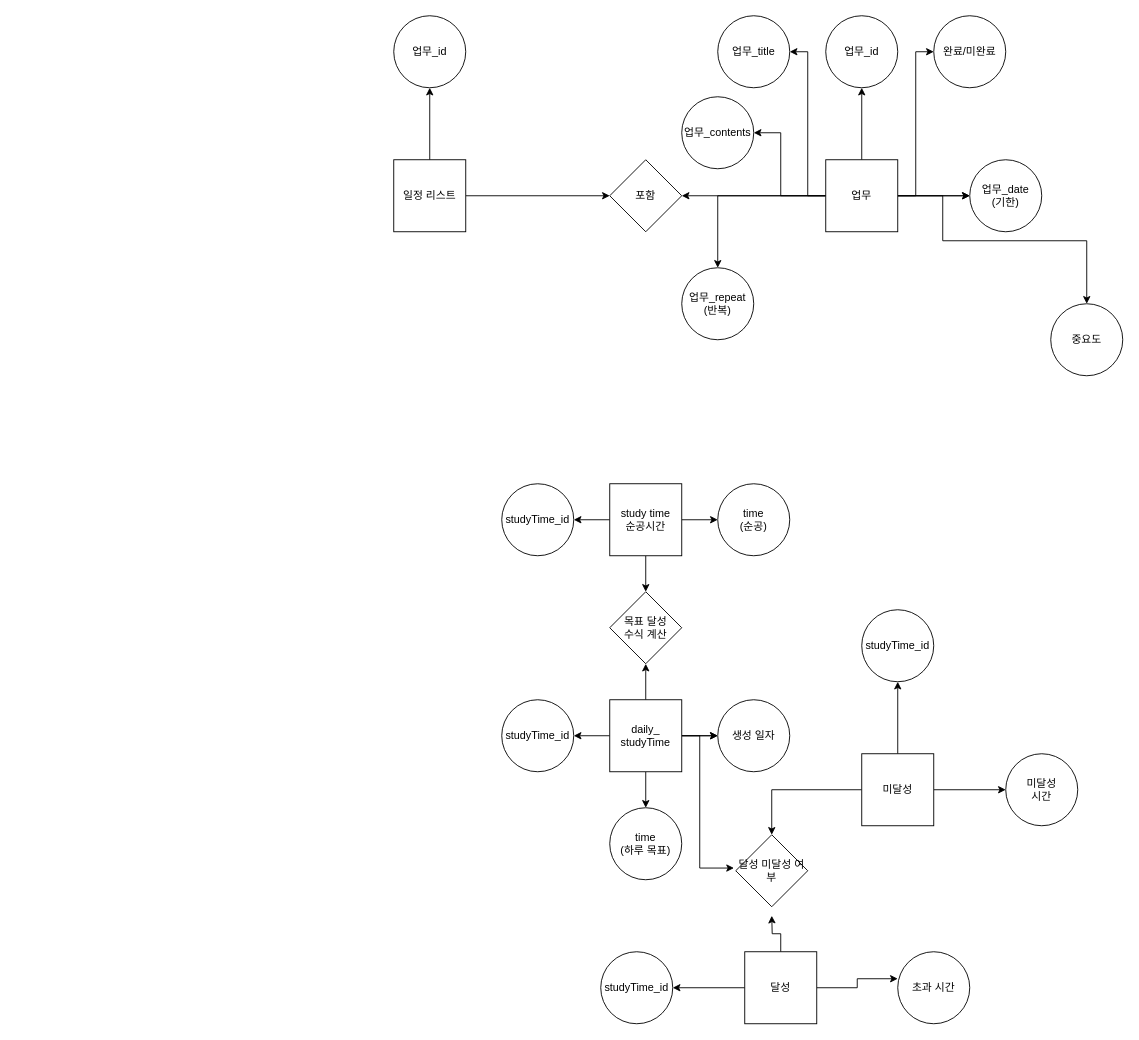
This is teacher/10_minute.drawio from Cheyoung0203/kimbug-training, a draw.io file, before an edit. Source tidied: cells renumbered, new cells numbered last; positions are measured from the earlier drawing's top-left corner, leaving out a move shared by most shapes. Both pictures are drawn from the tidied source at 90%, with x=0, y=0 at pixel (393, 15).
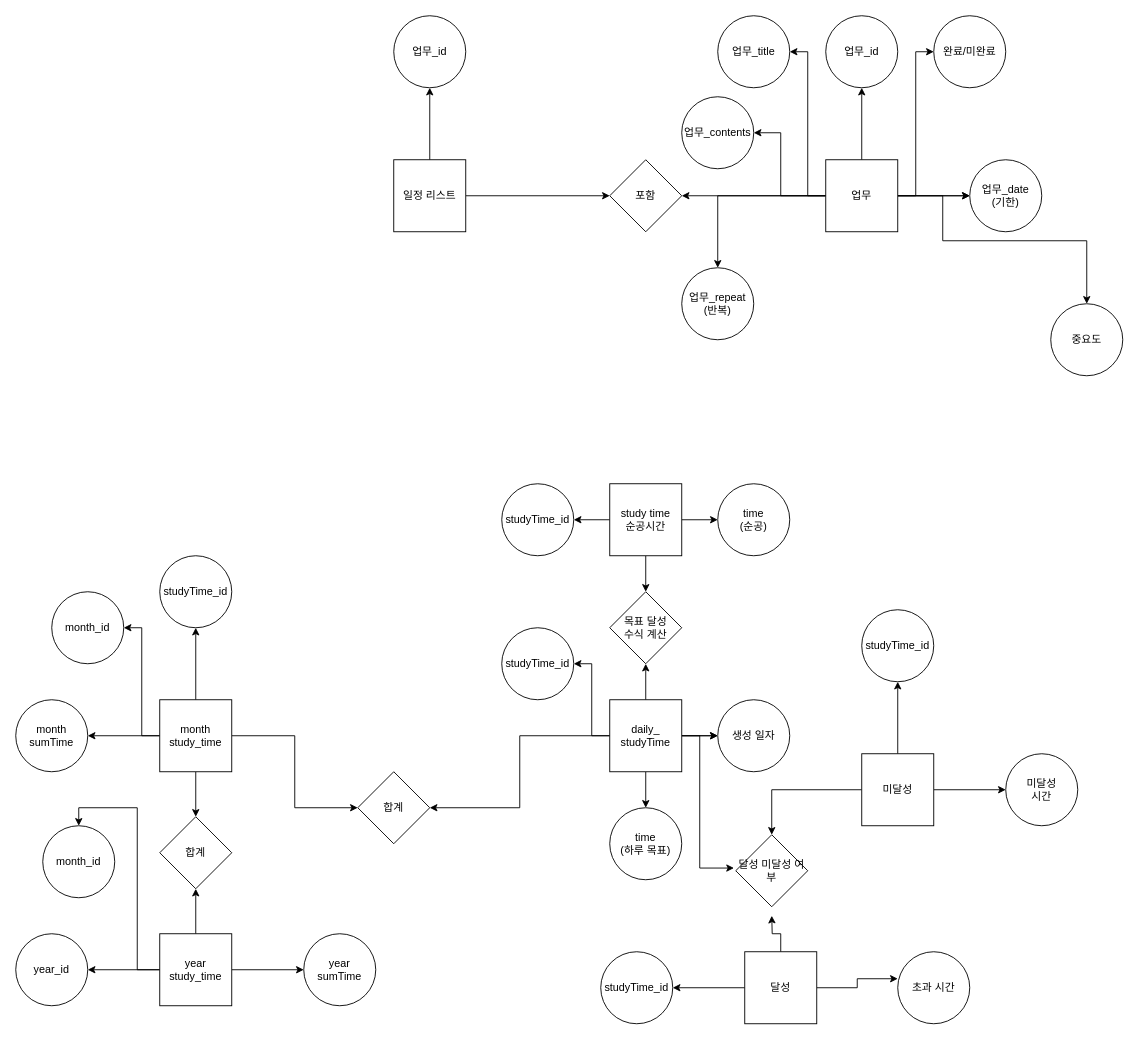
The same diagram, later.

Unchanged cells that the change refers to:
```xml
<mxCell id="35" value="daily_&lt;br&gt;studyTime" style="whiteSpace=wrap;html=1;" parent="1" vertex="1">
  <mxGeometry x="240" y="760" width="80" height="80" as="geometry" />
</mxCell>
```

Diff of the diagram source:
```diff
@@
+    <mxCell id="54" style="edgeStyle=orthogonalEdgeStyle;rounded=0;jettySize=auto;html=1;" parent="1" edge="1" source="35" target="61">
+      <mxGeometry relative="1" as="geometry" />
+    </mxCell>
@@
     <mxCell id="37" value="studyTime_id" style="ellipse;whiteSpace=wrap;html=1;" parent="1" vertex="1">
-      <mxGeometry x="120" y="760" width="80" height="80" as="geometry" />
+      <mxGeometry x="120" y="680" width="80" height="80" as="geometry" />
     </mxCell>
@@
+    <mxCell id="55" style="edgeStyle=orthogonalEdgeStyle;rounded=0;jettySize=auto;html=1;entryX=0;entryY=0.5;entryDx=0;entryDy=0;" parent="1" edge="1" source="60" target="61">
+      <mxGeometry relative="1" as="geometry" />
+    </mxCell>
+    <mxCell id="56" style="edgeStyle=orthogonalEdgeStyle;rounded=0;jettySize=auto;html=1;" parent="1" edge="1" source="60" target="62">
+      <mxGeometry relative="1" as="geometry" />
+    </mxCell>
+    <mxCell id="57" style="edgeStyle=orthogonalEdgeStyle;rounded=0;jettySize=auto;html=1;" parent="1" edge="1" source="60" target="63">
+      <mxGeometry relative="1" as="geometry" />
+    </mxCell>
+    <mxCell id="58" style="edgeStyle=orthogonalEdgeStyle;rounded=0;jettySize=auto;html=1;" parent="1" edge="1" source="60" target="64">
+      <mxGeometry relative="1" as="geometry" />
+    </mxCell>
+    <mxCell id="59" style="edgeStyle=orthogonalEdgeStyle;rounded=0;jettySize=auto;html=1;entryX=1;entryY=0.5;entryDx=0;entryDy=0;" parent="1" edge="1" source="60" target="65">
+      <mxGeometry relative="1" as="geometry" />
+    </mxCell>
+    <mxCell id="60" value="month&lt;br&gt;study_time" style="whiteSpace=wrap;html=1;" parent="1" vertex="1">
+      <mxGeometry x="-260" y="760" width="80" height="80" as="geometry" />
+    </mxCell>
+    <mxCell id="61" value="합계" style="rhombus;whiteSpace=wrap;html=1;" parent="1" vertex="1">
+      <mxGeometry x="-40" y="840" width="80" height="80" as="geometry" />
+    </mxCell>
+    <mxCell id="62" value="studyTime_id" style="ellipse;whiteSpace=wrap;html=1;" parent="1" vertex="1">
+      <mxGeometry x="-260" y="600" width="80" height="80" as="geometry" />
+    </mxCell>
+    <mxCell id="63" value="month&lt;br&gt;sumTime" style="ellipse;whiteSpace=wrap;html=1;" parent="1" vertex="1">
+      <mxGeometry x="-420" y="760" width="80" height="80" as="geometry" />
+    </mxCell>
+    <mxCell id="64" value="합계" style="rhombus;whiteSpace=wrap;html=1;" parent="1" vertex="1">
+      <mxGeometry x="-260" y="890" width="80" height="80" as="geometry" />
+    </mxCell>
+    <mxCell id="65" value="month_id" style="ellipse;whiteSpace=wrap;html=1;" parent="1" vertex="1">
+      <mxGeometry x="-380" y="640" width="80" height="80" as="geometry" />
+    </mxCell>
+    <mxCell id="66" style="edgeStyle=orthogonalEdgeStyle;rounded=0;jettySize=auto;html=1;" parent="1" edge="1" source="70" target="64">
+      <mxGeometry relative="1" as="geometry" />
+    </mxCell>
+    <mxCell id="67" style="edgeStyle=orthogonalEdgeStyle;rounded=0;jettySize=auto;html=1;" parent="1" edge="1" source="70" target="71">
+      <mxGeometry relative="1" as="geometry" />
+    </mxCell>
+    <mxCell id="68" style="edgeStyle=orthogonalEdgeStyle;rounded=0;jettySize=auto;html=1;" parent="1" edge="1" source="70" target="72">
+      <mxGeometry relative="1" as="geometry" />
+    </mxCell>
+    <mxCell id="69" style="edgeStyle=orthogonalEdgeStyle;rounded=0;jettySize=auto;html=1;entryX=0.5;entryY=0;entryDx=0;entryDy=0;" parent="1" edge="1" source="70" target="73">
+      <mxGeometry relative="1" as="geometry" />
+    </mxCell>
+    <mxCell id="70" value="year&lt;br&gt;study_time" style="whiteSpace=wrap;html=1;" parent="1" vertex="1">
+      <mxGeometry x="-260" y="1020" width="80" height="80" as="geometry" />
+    </mxCell>
+    <mxCell id="71" value="year_id" style="ellipse;whiteSpace=wrap;html=1;" parent="1" vertex="1">
+      <mxGeometry x="-420" y="1020" width="80" height="80" as="geometry" />
+    </mxCell>
+    <mxCell id="72" value="year&lt;br&gt;sumTime" style="ellipse;whiteSpace=wrap;html=1;" parent="1" vertex="1">
+      <mxGeometry x="-100" y="1020" width="80" height="80" as="geometry" />
+    </mxCell>
+    <mxCell id="73" value="month_id" style="ellipse;whiteSpace=wrap;html=1;" parent="1" vertex="1">
+      <mxGeometry x="-390" y="900" width="80" height="80" as="geometry" />
+    </mxCell>
```
